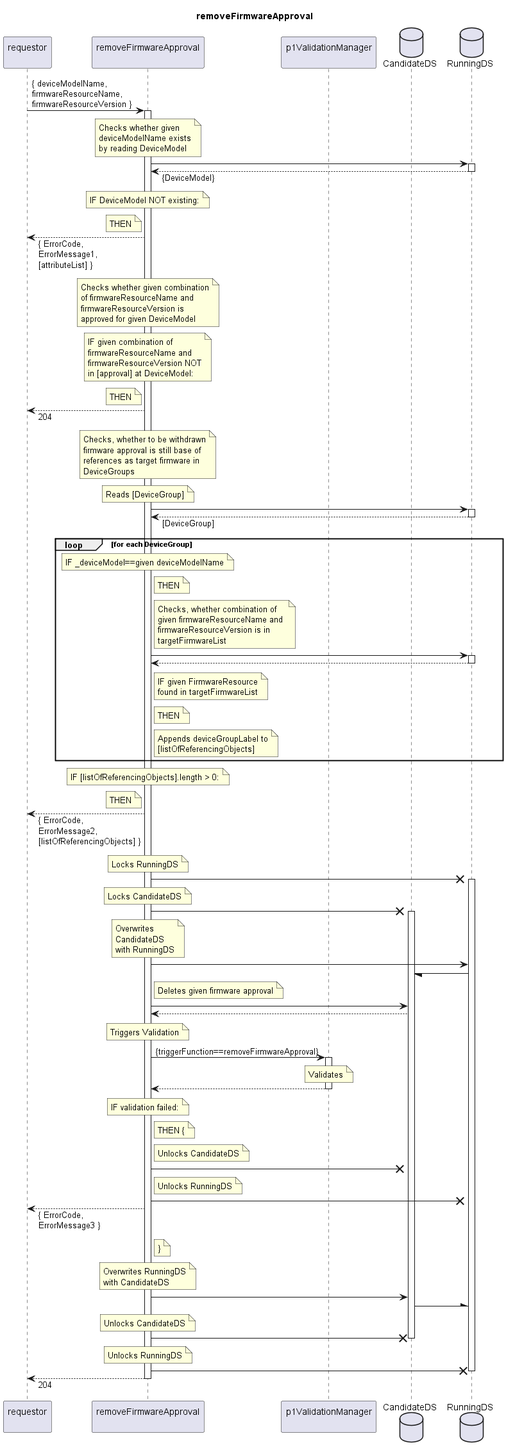
This is spec/Services/removeFirmwareApproval/1.0.0/removeFirmwareApproval.png from openBackhaul/FirmWareManager, a PlantUML export, as it was before one commit.
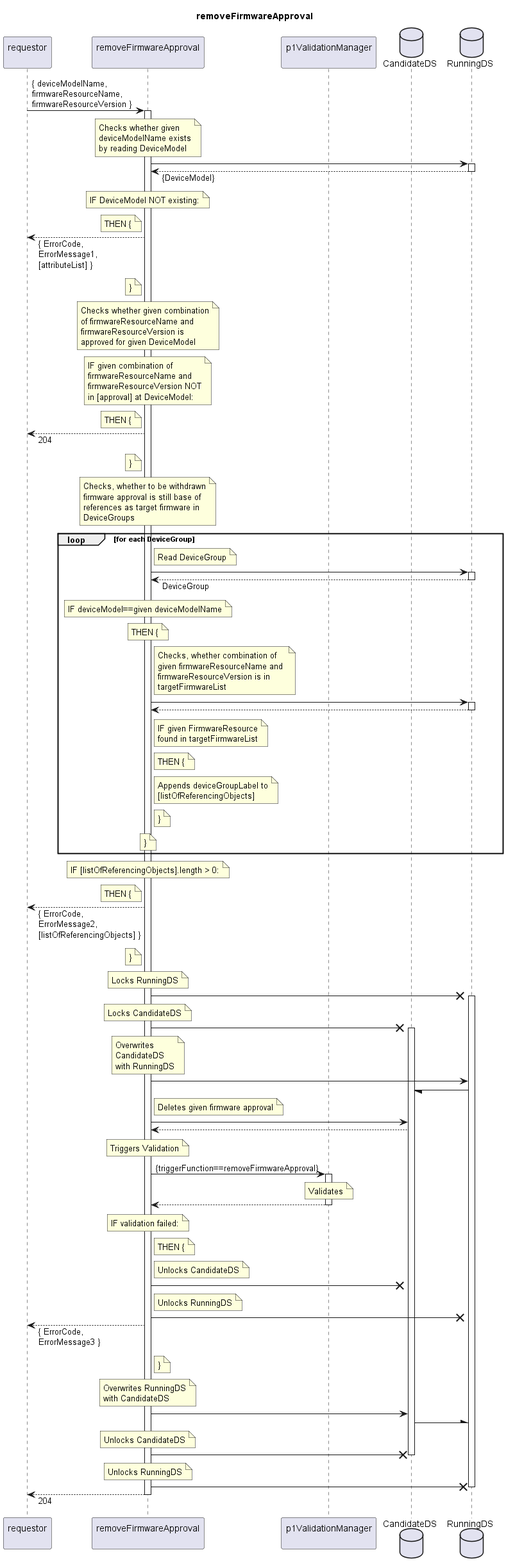
The same diagram one commit later.

Change to the diagram source:
```diff
@@ -27,9 +27,12 @@
     IF DeviceModel NOT existing:
   end note
   note left indServ
-    THEN
+    THEN {
   end note
   requestor <-- indServ: { ErrorCode,\nErrorMessage1,\n[attributeList] }
+  note left indServ
+    }
+  end note
 
   note over indServ
     Checks whether given combination
@@ -44,9 +47,12 @@
     in [approval] at DeviceModel:
   end note
   note left indServ
-    THEN
+    THEN {
   end note
   requestor <-- indServ: 204
+  note left indServ
+    }
+  end note
 
   note over indServ
     Checks, whether to be withdrawn
@@ -54,19 +60,19 @@
     references as target firmware in
     DeviceGroups
   end note
-  note over indServ
-    Reads [DeviceGroup]
-  end note
-  indServ -> RunDS
-  activate RunDS
-  indServ <-- RunDS: [DeviceGroup]
-  deactivate RunDS
   loop for each DeviceGroup
+    note right indServ
+      Read DeviceGroup
+    end note
+    indServ -> RunDS
+    activate RunDS
+    indServ <-- RunDS: DeviceGroup
+    deactivate RunDS
     note over indServ
-      IF _deviceModel==given deviceModelName
+      IF deviceModel==given deviceModelName
     end note
-    note right indServ
-      THEN
+    note over indServ
+      THEN {
     end note
     note right indServ
       Checks, whether combination of
@@ -83,20 +89,29 @@
       found in targetFirmwareList
     end note
     note right indServ
-      THEN
+      THEN {
     end note
     note right indServ
       Appends deviceGroupLabel to
       [listOfReferencingObjects]
+    end note
+    note right indServ
+      }
+    end note
+    note over indServ
+      }
     end note
   end loop
   note over indServ
     IF [listOfReferencingObjects].length > 0:
   end note
   note left indServ
-    THEN
+    THEN {
   end note
   requestor <-- indServ: { ErrorCode,\nErrorMessage2,\n[listOfReferencingObjects] }
+  note left indServ
+    }
+  end note
 
   note over indServ
     Locks RunningDS
```
